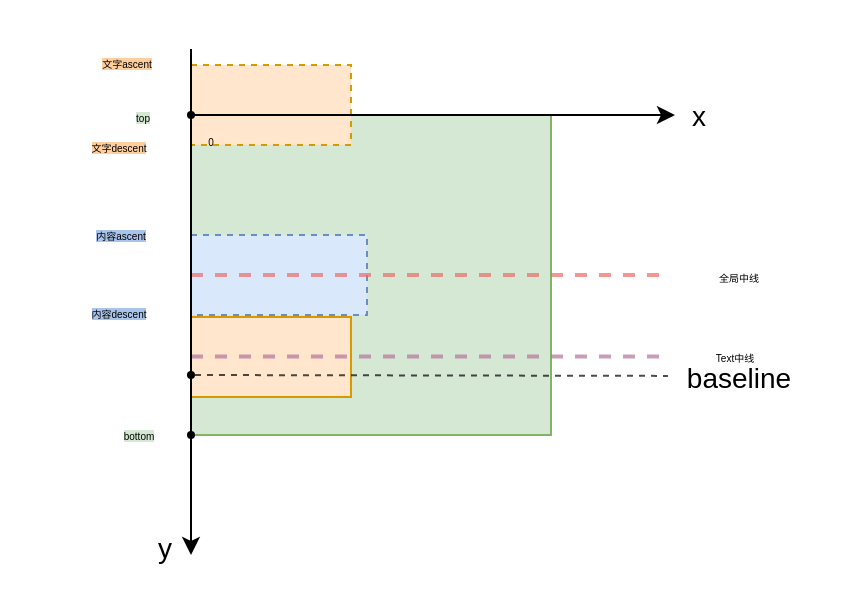
Before: page "自定义BorderSpan" (3 of 3) of RichTextShare.drawio in WensonLuo/Drowio, a draw.io diagram. Source tidied: cells renumbered, new cells numbered last; positions are measured from the earlier drawing's top-left corner, leaving out a move shared by most shapes. Both pictures are drawn from the tidied source at 200%, with x=0, y=0 at pixel (34, 34).
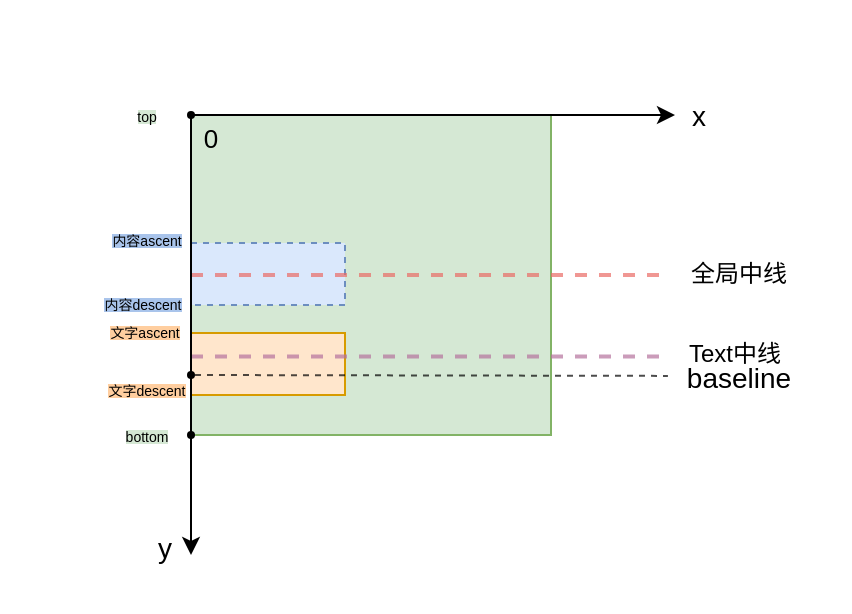
The same diagram, later.

Unchanged cells that the change refers to:
```xml
<mxCell id="25" style="shape=waypoint;sketch=0;size=6;points=[];fillColor=none;perimeter=centerPerimeter;snapToPoint=1;strokeWidth=0;" parent="1" vertex="1">
  <mxGeometry x="68" y="30" width="20" height="20" as="geometry" />
</mxCell>
```

Change to the diagram source:
```diff
@@
-    <mxCell id="5" value="&lt;font style=&quot;font-size: 5px; background-color: rgb(169, 196, 235);&quot;&gt;内容ascent&lt;/font&gt;" style="text;html=1;align=center;verticalAlign=middle;strokeColor=none;fillColor=none;" parent="1" vertex="1">
-      <mxGeometry x="4" y="86" width="77" height="26" as="geometry" />
+    <mxCell id="5" value="&lt;font style=&quot;font-size: 7px; background-color: rgb(169, 196, 235);&quot;&gt;内容ascent&lt;/font&gt;" style="text;html=1;align=center;verticalAlign=middle;strokeColor=none;fillColor=none;fontSize=7;" parent="1" vertex="1">
+      <mxGeometry x="29" y="94" width="53" height="20" as="geometry" />
     </mxCell>
@@
-    <mxCell id="7" value="&lt;span style=&quot;font-size: 5px; background-color: rgb(213, 232, 212);&quot;&gt;top&lt;/span&gt;" style="text;html=1;align=center;verticalAlign=middle;strokeColor=none;fillColor=none;" parent="1" vertex="1">
-      <mxGeometry x="34" y="25" width="40" height="30" as="geometry" />
+    <mxCell id="7" value="&lt;span style=&quot;font-size: 7px; background-color: rgb(213, 232, 212);&quot;&gt;top&lt;/span&gt;" style="text;html=1;align=center;verticalAlign=middle;strokeColor=none;fillColor=none;fontSize=7;" parent="1" vertex="1">
+      <mxGeometry x="42" y="32" width="28" height="20" as="geometry" />
     </mxCell>
-    <mxCell id="8" value="&lt;span style=&quot;font-size: 5px; background-color: rgb(213, 232, 212);&quot;&gt;bottom&lt;/span&gt;" style="text;html=1;align=center;verticalAlign=middle;strokeColor=none;fillColor=none;" parent="1" vertex="1">
-      <mxGeometry x="22" y="184" width="60" height="30" as="geometry" />
+    <mxCell id="8" value="&lt;span style=&quot;font-size: 7px; background-color: rgb(213, 232, 212);&quot;&gt;bottom&lt;/span&gt;" style="text;html=1;align=center;verticalAlign=middle;strokeColor=none;fillColor=none;fontSize=7;" parent="1" vertex="1">
+      <mxGeometry x="36" y="192" width="39" height="20" as="geometry" />
     </mxCell>
     <mxCell id="9" style="rounded=0;whiteSpace=wrap;html=1;fillColor=#dae8fc;strokeColor=#6c8ebf;dashed=1;" parent="1" vertex="1">
-      <mxGeometry x="78" y="100" width="88" height="40" as="geometry" />
+      <mxGeometry x="78" y="104" width="77" height="31" as="geometry" />
     </mxCell>
@@
-    <mxCell id="12" value="&lt;span style=&quot;font-size: 5px;&quot;&gt;全局中线&lt;/span&gt;" style="text;html=1;align=center;verticalAlign=middle;strokeColor=none;fillColor=none;" parent="1" vertex="1">
+    <mxCell id="12" value="&lt;span style=&quot;font-size: 12px;&quot;&gt;全局中线&lt;/span&gt;" style="text;html=1;align=center;verticalAlign=middle;strokeColor=none;fillColor=none;fontSize=12;" parent="1" vertex="1">
       <mxGeometry x="319" y="107" width="66" height="26" as="geometry" />
     </mxCell>
-    <mxCell id="13" value="&lt;font style=&quot;font-size: 5px; background-color: rgb(169, 196, 235);&quot;&gt;内容descent&lt;/font&gt;" style="text;html=1;align=center;verticalAlign=middle;strokeColor=none;fillColor=none;" parent="1" vertex="1">
-      <mxGeometry y="125" width="84" height="26" as="geometry" />
+    <mxCell id="13" value="&lt;font style=&quot;font-size: 7px; background-color: rgb(169, 196, 235);&quot;&gt;内容descent&lt;/font&gt;" style="text;html=1;align=center;verticalAlign=middle;strokeColor=none;fillColor=none;fontSize=7;" parent="1" vertex="1">
+      <mxGeometry x="25" y="126" width="57" height="20" as="geometry" />
     </mxCell>
-    <mxCell id="14" style="rounded=0;whiteSpace=wrap;html=1;fillColor=#ffe6cc;strokeColor=#d79b00;dashed=1;" parent="1" vertex="1">
-      <mxGeometry x="78" y="15" width="80" height="40" as="geometry" />
-    </mxCell>
     <mxCell id="15" style="rounded=0;whiteSpace=wrap;html=1;fillColor=#ffe6cc;strokeColor=#d79b00;" parent="1" vertex="1">
-      <mxGeometry x="78" y="141" width="80" height="40" as="geometry" />
+      <mxGeometry x="78" y="149" width="77" height="31" as="geometry" />
     </mxCell>
@@
-    <mxCell id="17" value="&lt;span style=&quot;font-size: 5px;&quot;&gt;Text中线&lt;/span&gt;" style="text;html=1;align=center;verticalAlign=middle;points=[];strokeColor=none;fillColor=none;" parent="1" vertex="1">
+    <mxCell id="17" value="&lt;span style=&quot;font-size: 12px;&quot;&gt;Text中线&lt;/span&gt;" style="text;html=1;align=center;verticalAlign=middle;points=[];strokeColor=none;fillColor=none;fontSize=12;" parent="1" vertex="1">
       <mxGeometry x="318" y="147" width="64" height="26" as="geometry" />
     </mxCell>
-    <mxCell id="18" style="endArrow=classic;html=1;rounded=0;" parent="1" edge="1">
+    <mxCell id="18" style="endArrow=classic;html=1;rounded=0;" parent="1" edge="1" source="25">
       <mxGeometry relative="1" as="geometry">
-        <mxPoint x="78" y="7" as="sourcePoint" />
         <mxPoint x="78" y="260" as="targetPoint" />
       </mxGeometry>
     </mxCell>
@@
-    <mxCell id="20" value="&lt;span style=&quot;font-size: 5px;&quot;&gt;0&lt;/span&gt;" style="text;html=1;align=center;verticalAlign=middle;strokeColor=none;fillColor=none;" parent="1" vertex="1">
-      <mxGeometry x="75" y="39" width="25" height="26" as="geometry" />
+    <mxCell id="20" value="&lt;span style=&quot;font-size: 13px;&quot;&gt;0&lt;/span&gt;" style="text;html=1;align=center;verticalAlign=middle;strokeColor=none;fillColor=none;fontSize=13;" parent="1" vertex="1">
+      <mxGeometry x="75" y="38" width="25" height="28" as="geometry" />
     </mxCell>
@@
-    <mxCell id="23" value="&lt;font style=&quot;font-size: 5px; background-color: rgb(255, 206, 159);&quot;&gt;文字ascent&lt;/font&gt;" style="text;html=1;align=center;verticalAlign=middle;strokeColor=none;fillColor=none;" parent="1" vertex="1">
-      <mxGeometry x="7" width="77" height="26" as="geometry" />
+    <mxCell id="23" value="&lt;font style=&quot;font-size: 7px; background-color: rgb(255, 206, 159);&quot;&gt;文字ascent&lt;/font&gt;" style="text;html=1;align=center;verticalAlign=middle;strokeColor=none;fillColor=none;fontSize=7;" parent="1" vertex="1">
+      <mxGeometry x="28" y="140" width="53" height="20" as="geometry" />
     </mxCell>
-    <mxCell id="24" value="&lt;font style=&quot;font-size: 5px; background-color: rgb(255, 206, 159);&quot;&gt;文字descent&lt;/font&gt;" style="text;html=1;align=center;verticalAlign=middle;strokeColor=none;fillColor=none;" parent="1" vertex="1">
-      <mxGeometry y="42" width="84" height="26" as="geometry" />
+    <mxCell id="24" value="&lt;font style=&quot;font-size: 7px; background-color: rgb(255, 206, 159);&quot;&gt;文字descent&lt;/font&gt;" style="text;html=1;align=center;verticalAlign=middle;strokeColor=none;fillColor=none;fontSize=7;" parent="1" vertex="1">
+      <mxGeometry x="27" y="169" width="57" height="20" as="geometry" />
     </mxCell>
```
